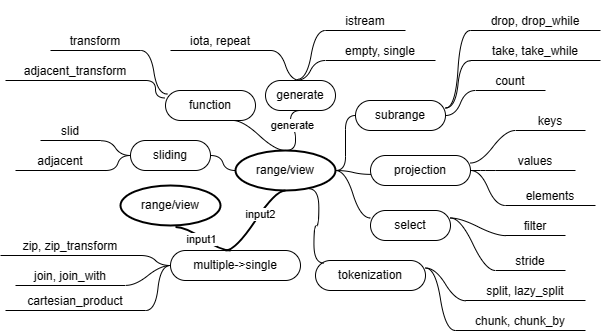
Before: cpp/pics/view.drawio.png, a diagram exported from draw.io (zhaoyan/dev_doc). Source tidied: cells renumbered, new cells last; positions are measured from the earlier drawing's top-left corner, leaving out a move shared by most shapes.
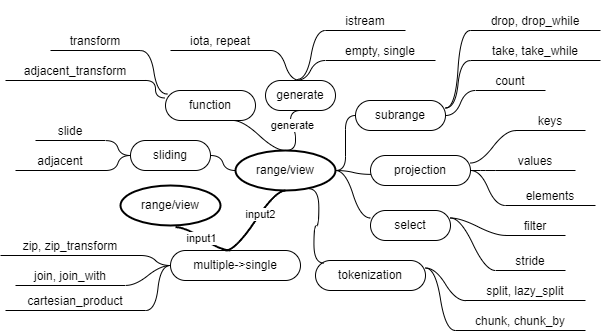
After the change.

Diff of the diagram source:
```diff
@@ -95,8 +95,8 @@
     <mxCell id="32" value="sliding" style="whiteSpace=wrap;html=1;rounded=1;arcSize=50;align=center;verticalAlign=middle;strokeWidth=1;spacing=4;newEdgeStyle={&quot;edgeStyle&quot;:&quot;entityRelationEdgeStyle&quot;,&quot;startArrow&quot;:&quot;none&quot;,&quot;endArrow&quot;:&quot;none&quot;,&quot;segment&quot;:10,&quot;curved&quot;:1,&quot;sourcePerimeterSpacing&quot;:0,&quot;targetPerimeterSpacing&quot;:0};" parent="1" vertex="1">
       <mxGeometry x="130" y="140" width="80" height="30" as="geometry" />
     </mxCell>
-    <mxCell id="33" value="slid" style="whiteSpace=wrap;html=1;shape=partialRectangle;top=0;left=0;bottom=1;right=0;points=[[0,1],[1,1]];fillColor=none;align=center;verticalAlign=bottom;routingCenterY=0.5;snapToPoint=1;newEdgeStyle={&quot;edgeStyle&quot;:&quot;entityRelationEdgeStyle&quot;,&quot;startArrow&quot;:&quot;none&quot;,&quot;endArrow&quot;:&quot;none&quot;,&quot;segment&quot;:10,&quot;curved&quot;:1,&quot;sourcePerimeterSpacing&quot;:0,&quot;targetPerimeterSpacing&quot;:0};" parent="1" vertex="1">
-      <mxGeometry x="40" y="110" width="60" height="30" as="geometry" />
+    <mxCell id="33" value="slide" style="whiteSpace=wrap;html=1;shape=partialRectangle;top=0;left=0;bottom=1;right=0;points=[[0,1],[1,1]];fillColor=none;align=center;verticalAlign=bottom;routingCenterY=0.5;snapToPoint=1;newEdgeStyle={&quot;edgeStyle&quot;:&quot;entityRelationEdgeStyle&quot;,&quot;startArrow&quot;:&quot;none&quot;,&quot;endArrow&quot;:&quot;none&quot;,&quot;segment&quot;:10,&quot;curved&quot;:1,&quot;sourcePerimeterSpacing&quot;:0,&quot;targetPerimeterSpacing&quot;:0};" parent="1" vertex="1">
+      <mxGeometry x="35" y="110" width="70" height="30" as="geometry" />
     </mxCell>
     <mxCell id="34" value="adjacent" style="whiteSpace=wrap;html=1;shape=partialRectangle;top=0;left=0;bottom=1;right=0;points=[[0,1],[1,1]];fillColor=none;align=center;verticalAlign=bottom;routingCenterY=0.5;snapToPoint=1;newEdgeStyle={&quot;edgeStyle&quot;:&quot;entityRelationEdgeStyle&quot;,&quot;startArrow&quot;:&quot;none&quot;,&quot;endArrow&quot;:&quot;none&quot;,&quot;segment&quot;:10,&quot;curved&quot;:1,&quot;sourcePerimeterSpacing&quot;:0,&quot;targetPerimeterSpacing&quot;:0};" parent="1" vertex="1">
       <mxGeometry x="15" y="140" width="90" height="30" as="geometry" />
```
